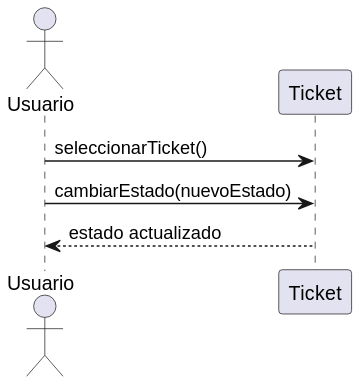
Above: tp_integrador_hito_5/diagramas_de_secuencia2.svg in PMAC80/Estructuras-III (PlantUML), before the change.
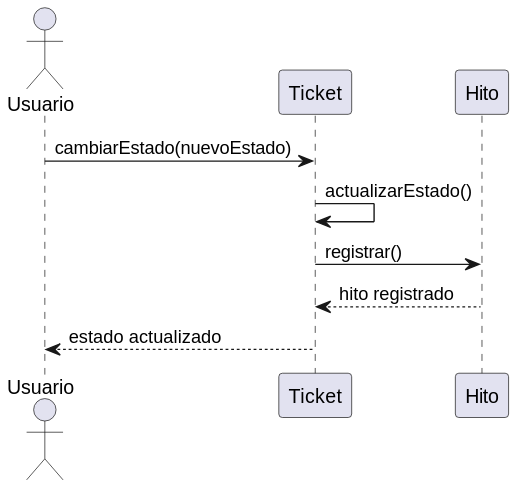
Later version of the same file.

Change to the diagram source:
```diff
@@ -2,10 +2,15 @@
 actor Usuario
 
 participant Ticket
-
-Usuario -> Ticket : seleccionarTicket()
+participant Hito
 
 Usuario -> Ticket : cambiarEstado(nuevoEstado)
 
+Ticket -> Ticket : actualizarEstado()
+
+Ticket -> Hito : registrar()
+
+Hito --> Ticket : hito registrado
+
 Ticket --> Usuario : estado actualizado
 @enduml
```
